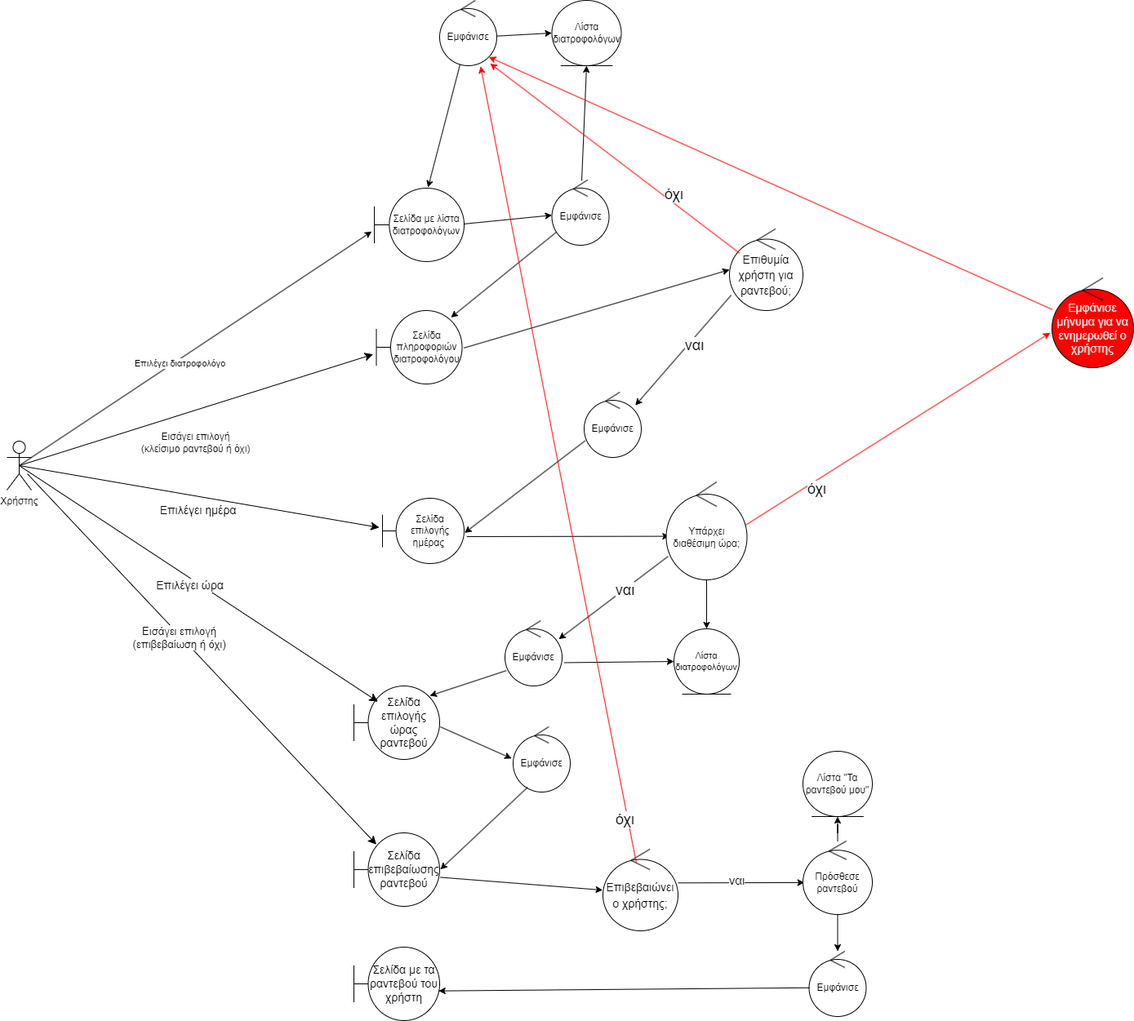
The draw.io diagram ΠΕΜΠΤΟ ΠΑΡΑΔΟΤΕΟ/ΔΙΟΡΘΩΣΕΙΣ ΠΡΟΗΓΟΥΜΕΝΩΝ ΠΑΡΑΔΟΤΕΩΝ/Robustness-diagrams-v0.3/rd_ραντεβού_με_διατροφολόγο-v0.3.drawio.png in Dionkaps/Eu-Zin, before a commit. Source tidied: cells renumbered, new cells last; positions are measured from the earlier drawing's top-left corner, leaving out a move shared by most shapes.
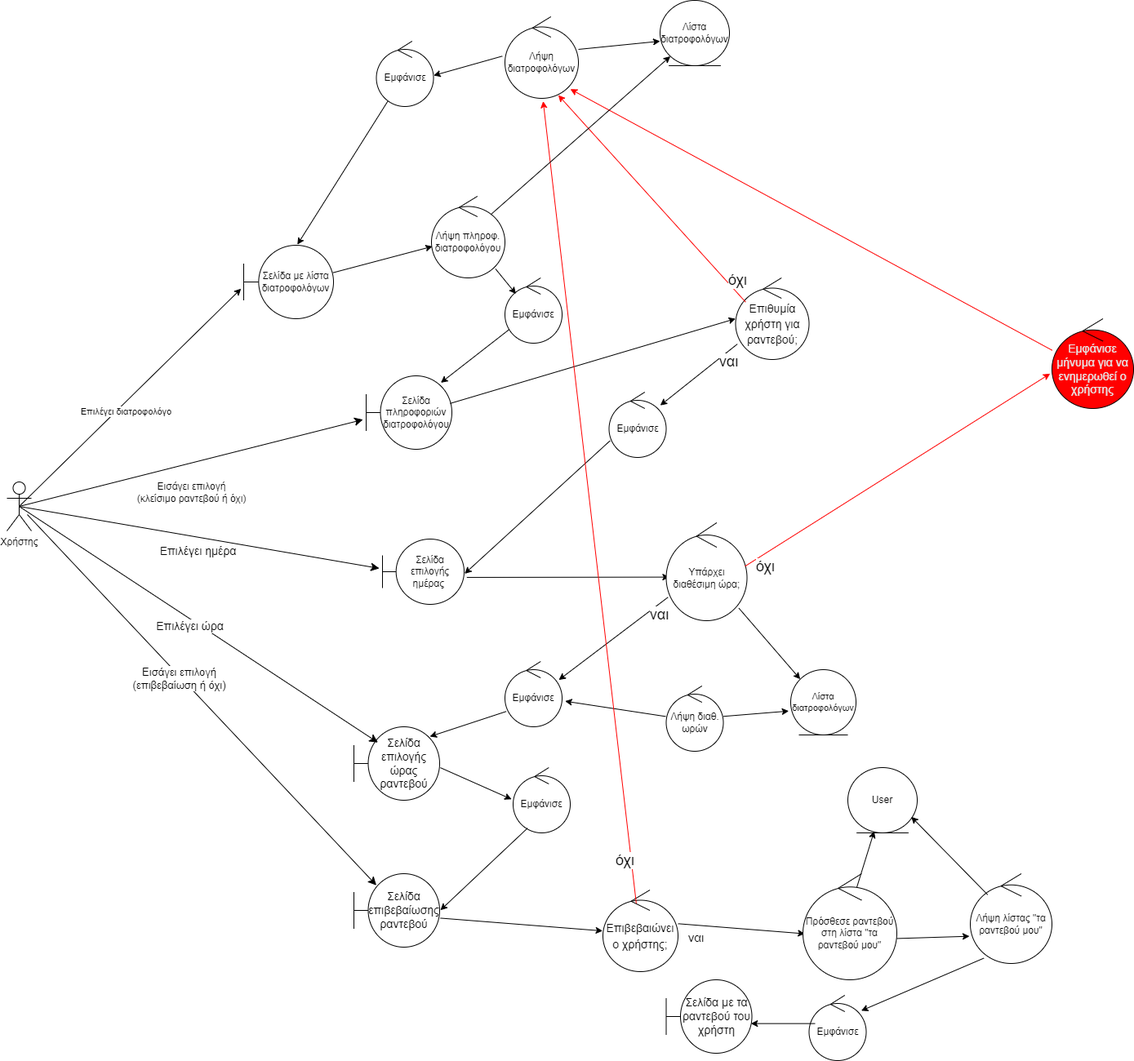
The same file after the commit.

Diff of the diagram source:
```diff
@@ -17,32 +17,29 @@
       <mxGeometry relative="1" as="geometry" />
     </mxCell>
     <mxCell id="6" value="&lt;font&gt;Εμφάνισε&lt;/font&gt;" style="ellipse;shape=umlControl;whiteSpace=wrap;html=1;strokeColor=#000000;fontColor=#000000;" parent="1" vertex="1">
-      <mxGeometry x="530" width="70" height="80" as="geometry" />
+      <mxGeometry x="452.5" width="70" height="80" as="geometry" />
     </mxCell>
     <mxCell id="7" value="Σελίδα με λίστα διατροφολόγων&lt;br&gt;" style="shape=umlBoundary;whiteSpace=wrap;html=1;strokeColor=#000000;fontColor=#000000;" parent="1" vertex="1">
-      <mxGeometry x="450" y="230" width="110" height="90" as="geometry" />
+      <mxGeometry x="290" y="250" width="110" height="90" as="geometry" />
     </mxCell>
-    <mxCell id="8" style="rounded=0;jettySize=auto;html=1;exitX=0.999;exitY=0.488;exitDx=0;exitDy=0;exitPerimeter=0;strokeColor=#000000;fontColor=#000000;" parent="1" edge="1" source="7" target="11">
+    <mxCell id="8" style="rounded=0;jettySize=auto;html=1;exitX=0.994;exitY=0.374;exitDx=0;exitDy=0;exitPerimeter=0;strokeColor=#000000;fontColor=#000000;" parent="1" edge="1" source="7" target="65">
       <mxGeometry relative="1" as="geometry" />
     </mxCell>
     <mxCell id="9" value="&lt;font&gt;Σελίδα πληροφοριών διατροφολόγου&lt;/font&gt;" style="shape=umlBoundary;whiteSpace=wrap;html=1;strokeColor=#000000;fontColor=#000000;" parent="1" vertex="1">
-      <mxGeometry x="452.5" y="380" width="105" height="90" as="geometry" />
+      <mxGeometry x="440" y="410" width="105" height="90" as="geometry" />
     </mxCell>
     <mxCell id="10" style="rounded=0;jettySize=auto;html=1;strokeColor=#000000;fontColor=#000000;entryX=0.871;entryY=0.094;entryDx=0;entryDy=0;entryPerimeter=0;" parent="1" edge="1" source="11" target="9">
       <mxGeometry relative="1" as="geometry" />
     </mxCell>
     <mxCell id="11" value="&lt;font&gt;Εμφάνισε&lt;/font&gt;" style="ellipse;shape=umlControl;whiteSpace=wrap;html=1;strokeColor=#000000;fontColor=#000000;" parent="1" vertex="1">
-      <mxGeometry x="667.5" y="220" width="70" height="80" as="geometry" />
+      <mxGeometry x="610" y="290" width="70" height="80" as="geometry" />
     </mxCell>
     <mxCell id="12" value="&lt;font&gt;Λίστα διατροφολόγων&lt;/font&gt;" style="ellipse;shape=umlEntity;whiteSpace=wrap;html=1;strokeColor=#000000;fontColor=#000000;" parent="1" vertex="1">
-      <mxGeometry x="667.5" width="85" height="80" as="geometry" />
+      <mxGeometry x="800" y="-50" width="85" height="80" as="geometry" />
     </mxCell>
-    <mxCell id="13" style="endArrow=classic;html=1;rounded=0;exitX=0.999;exitY=0.546;exitDx=0;exitDy=0;exitPerimeter=0;entryX=0;entryY=0.5;entryDx=0;entryDy=0;" parent="1" edge="1" source="6" target="12">
+    <mxCell id="13" style="endArrow=classic;html=1;rounded=0;exitX=-0.036;exitY=0.483;exitDx=0;exitDy=0;exitPerimeter=0;entryX=1.002;entryY=0.525;entryDx=0;entryDy=0;entryPerimeter=0;" parent="1" edge="1" source="63" target="6">
       <mxGeometry relative="1" as="geometry" />
     </mxCell>
-    <mxCell id="14" style="endArrow=classic;html=1;rounded=0;entryX=0.5;entryY=1;entryDx=0;entryDy=0;exitX=0.522;exitY=0.011;exitDx=0;exitDy=0;exitPerimeter=0;" parent="1" edge="1" source="11" target="12">
-      <mxGeometry relative="1" as="geometry" />
-    </mxCell>
     <mxCell id="15" style="edgeStyle=none;curved=1;rounded=0;jettySize=auto;html=1;fontSize=12;startSize=8;endSize=8;strokeColor=#000000;fontColor=#000000;entryX=-0.037;entryY=0.596;entryDx=0;entryDy=0;entryPerimeter=0;exitX=0.5;exitY=0.5;exitDx=0;exitDy=0;exitPerimeter=0;" parent="1" edge="1" source="4" target="9">
       <mxGeometry relative="1" as="geometry" />
     </mxCell>
@@ -52,16 +49,16 @@
       </mxGeometry>
     </mxCell>
     <mxCell id="17" value="&lt;span style=&quot;font-size: 14px;&quot;&gt;Επιθυμία χρήστη για ραντεβού;&lt;/span&gt;" style="ellipse;shape=umlControl;whiteSpace=wrap;html=1;fontSize=16;strokeColor=#000000;fontColor=#000000;" parent="1" vertex="1">
-      <mxGeometry x="885" y="280" width="90" height="100" as="geometry" />
+      <mxGeometry x="892.5" y="290" width="90" height="100" as="geometry" />
     </mxCell>
-    <mxCell id="18" style="endArrow=classic;html=1;rounded=0;exitX=1.021;exitY=0.51;exitDx=0;exitDy=0;exitPerimeter=0;entryX=0;entryY=0.5;entryDx=0;entryDy=0;entryPerimeter=0;" parent="1" edge="1" source="9" target="17">
+    <mxCell id="18" style="endArrow=classic;html=1;rounded=0;exitX=0.98;exitY=0.376;exitDx=0;exitDy=0;exitPerimeter=0;entryX=0;entryY=0.5;entryDx=0;entryDy=0;entryPerimeter=0;" parent="1" edge="1" source="9" target="17">
       <mxGeometry relative="1" as="geometry" />
     </mxCell>
     <mxCell id="19" style="endArrow=classic;html=1;rounded=0;exitX=0.024;exitY=0.811;exitDx=0;exitDy=0;exitPerimeter=0;entryX=0.896;entryY=0.203;entryDx=0;entryDy=0;entryPerimeter=0;" parent="1" edge="1" source="17" target="22">
       <mxGeometry relative="1" as="geometry" />
     </mxCell>
     <mxCell id="20" value="&lt;font style=&quot;font-size: 18px;&quot;&gt;ναι&lt;br style=&quot;font-size: 18px;&quot;&gt;&lt;br style=&quot;font-size: 18px;&quot;&gt;&lt;/font&gt;" style="edgeLabel;html=1;align=center;verticalAlign=middle;fontSize=18;rotation=0;fontColor=#000000;" parent="1" vertex="1">
-      <mxGeometry x="850" y="420" as="geometry">
+      <mxGeometry x="892.5" y="390" as="geometry">
         <mxPoint x="-9" y="14" as="offset" />
       </mxGeometry>
     </mxCell>
@@ -69,7 +66,7 @@
       <mxGeometry x="460" y="610" width="100" height="80" as="geometry" />
     </mxCell>
     <mxCell id="22" value="&lt;font&gt;Εμφάνισε&lt;/font&gt;" style="ellipse;shape=umlControl;whiteSpace=wrap;html=1;strokeColor=#000000;fontColor=#000000;" parent="1" vertex="1">
-      <mxGeometry x="707" y="480" width="70" height="80" as="geometry" />
+      <mxGeometry x="737.5" y="430" width="70" height="80" as="geometry" />
     </mxCell>
     <mxCell id="23" style="endArrow=classic;html=1;rounded=0;exitX=0.019;exitY=0.743;exitDx=0;exitDy=0;exitPerimeter=0;entryX=1.006;entryY=0.531;entryDx=0;entryDy=0;entryPerimeter=0;" parent="1" edge="1" source="22" target="21">
       <mxGeometry relative="1" as="geometry" />
@@ -77,9 +74,6 @@
     <mxCell id="24" style="endArrow=classic;html=1;rounded=0;exitX=1.033;exitY=0.587;exitDx=0;exitDy=0;exitPerimeter=0;entryX=0.039;entryY=0.555;entryDx=0;entryDy=0;entryPerimeter=0;" parent="1" edge="1" source="21" target="26">
       <mxGeometry relative="1" as="geometry" />
     </mxCell>
-    <mxCell id="25" style="edgeStyle=orthogonalEdgeStyle;rounded=0;jettySize=auto;html=1;" parent="1" edge="1" source="26" target="31">
-      <mxGeometry relative="1" as="geometry" />
-    </mxCell>
     <mxCell id="26" value="Υπάρχει διαθέσιμη ώρα;" style="ellipse;shape=umlControl;whiteSpace=wrap;html=1;strokeColor=#000000;fontColor=#000000;fontSize=12;" parent="1" vertex="1">
       <mxGeometry x="807.5" y="590" width="99" height="120" as="geometry" />
     </mxCell>
@@ -96,9 +90,9 @@
       <mxGeometry relative="1" as="geometry" />
     </mxCell>
     <mxCell id="31" value="&lt;font style=&quot;font-size: 11px;&quot;&gt;Λίστα διατροφολόγων&lt;/font&gt;" style="ellipse;shape=umlEntity;whiteSpace=wrap;html=1;strokeColor=#000000;fontColor=#000000;fontSize=11;" parent="1" vertex="1">
-      <mxGeometry x="817" y="770" width="80" height="80" as="geometry" />
+      <mxGeometry x="960" y="770" width="80" height="80" as="geometry" />
     </mxCell>
-    <mxCell id="32" style="endArrow=classic;html=1;rounded=0;exitX=1.04;exitY=0.643;exitDx=0;exitDy=0;exitPerimeter=0;entryX=0;entryY=0.5;entryDx=0;entryDy=0;" parent="1" edge="1" source="29" target="31">
+    <mxCell id="32" style="endArrow=classic;html=1;rounded=0;exitX=-0.009;exitY=0.467;exitDx=0;exitDy=0;exitPerimeter=0;entryX=1.052;entryY=0.608;entryDx=0;entryDy=0;entryPerimeter=0;" parent="1" edge="1" source="68" target="29">
       <mxGeometry relative="1" as="geometry" />
     </mxCell>
     <mxCell id="33" style="edgeStyle=none;curved=1;rounded=0;jettySize=auto;html=1;fontSize=12;startSize=8;endSize=8;strokeColor=#000000;fontColor=#000000;exitX=0.5;exitY=0.5;exitDx=0;exitDy=0;exitPerimeter=0;entryX=0.28;entryY=0.214;entryDx=0;entryDy=0;entryPerimeter=0;" parent="1" edge="1" source="4" target="28">
@@ -149,36 +143,30 @@
       <mxGeometry relative="1" as="geometry" />
     </mxCell>
     <mxCell id="46" value="&lt;font style=&quot;font-size: 15px;&quot;&gt;ναι&lt;br style=&quot;&quot;&gt;&lt;br style=&quot;&quot;&gt;&lt;/font&gt;" style="edgeLabel;html=1;align=center;verticalAlign=middle;fontSize=14;rotation=0;fontColor=#000000;" parent="1" vertex="1">
-      <mxGeometry x="750" y="740" as="geometry">
+      <mxGeometry x="700" y="760" as="geometry">
         <mxPoint x="143" y="347" as="offset" />
       </mxGeometry>
     </mxCell>
-    <mxCell id="47" style="edgeStyle=orthogonalEdgeStyle;rounded=0;jettySize=auto;html=1;" parent="1" edge="1" source="49" target="51">
-      <mxGeometry relative="1" as="geometry" />
-    </mxCell>
-    <mxCell id="48" style="edgeStyle=orthogonalEdgeStyle;rounded=0;jettySize=auto;html=1;" parent="1" edge="1" source="49" target="50">
-      <mxGeometry relative="1" as="geometry" />
-    </mxCell>
-    <mxCell id="49" value="&lt;font&gt;Πρόσθεσε ραντεβού&lt;/font&gt;" style="ellipse;shape=umlControl;whiteSpace=wrap;html=1;strokeColor=#000000;fontColor=#000000;" parent="1" vertex="1">
-      <mxGeometry x="975" y="1030" width="85" height="90" as="geometry" />
+    <mxCell id="49" value="&lt;font&gt;Πρόσθεσε ραντεβού στη λίστα &quot;τα ραντεβού μου&quot;&lt;/font&gt;" style="ellipse;shape=umlControl;whiteSpace=wrap;html=1;strokeColor=#000000;fontColor=#000000;" parent="1" vertex="1">
+      <mxGeometry x="975" y="1020" width="115" height="130" as="geometry" />
     </mxCell>
-    <mxCell id="50" value="&lt;font&gt;Λίστα &quot;Τα ραντεβού μου&quot;&lt;/font&gt;" style="ellipse;shape=umlEntity;whiteSpace=wrap;html=1;strokeColor=#000000;fontColor=#000000;" parent="1" vertex="1">
-      <mxGeometry x="975" y="920" width="85" height="80" as="geometry" />
+    <mxCell id="50" value="&lt;font&gt;User&lt;/font&gt;" style="ellipse;shape=umlEntity;whiteSpace=wrap;html=1;strokeColor=#000000;fontColor=#000000;" parent="1" vertex="1">
+      <mxGeometry x="1030" y="890" width="85" height="80" as="geometry" />
     </mxCell>
     <mxCell id="51" value="&lt;font&gt;Εμφάνισε&lt;/font&gt;" style="ellipse;shape=umlControl;whiteSpace=wrap;html=1;strokeColor=#000000;fontColor=#000000;" parent="1" vertex="1">
-      <mxGeometry x="982.5" y="1165" width="70" height="80" as="geometry" />
+      <mxGeometry x="982.5" y="1169" width="70" height="80" as="geometry" />
     </mxCell>
-    <mxCell id="52" style="endArrow=classic;html=1;rounded=0;exitX=0.006;exitY=0.56;exitDx=0;exitDy=0;exitPerimeter=0;entryX=0.988;entryY=0.596;entryDx=0;entryDy=0;entryPerimeter=0;" parent="1" edge="1" source="51" target="53">
+    <mxCell id="52" style="endArrow=classic;html=1;rounded=0;exitX=0.107;exitY=0.433;exitDx=0;exitDy=0;exitPerimeter=0;entryX=0.988;entryY=0.596;entryDx=0;entryDy=0;entryPerimeter=0;" parent="1" edge="1" source="51" target="53">
       <mxGeometry relative="1" as="geometry" />
     </mxCell>
     <mxCell id="53" value="&lt;font style=&quot;font-size: 14px;&quot;&gt;Σελίδα με τα ραντεβού του χρήστη&lt;/font&gt;" style="shape=umlBoundary;whiteSpace=wrap;html=1;strokeColor=#000000;fontColor=#000000;" parent="1" vertex="1">
-      <mxGeometry x="425" y="1160" width="105" height="90" as="geometry" />
+      <mxGeometry x="807.5" y="1150" width="105" height="90" as="geometry" />
     </mxCell>
-    <mxCell id="54" style="endArrow=classic;html=1;rounded=0;exitX=0.137;exitY=0.297;exitDx=0;exitDy=0;exitPerimeter=0;fontColor=#FF0000;strokeColor=#FF0000;entryX=0.884;entryY=0.967;entryDx=0;entryDy=0;entryPerimeter=0;" parent="1" edge="1" source="17" target="6">
+    <mxCell id="54" style="endArrow=classic;html=1;rounded=0;exitX=0.137;exitY=0.297;exitDx=0;exitDy=0;exitPerimeter=0;fontColor=#FF0000;strokeColor=#FF0000;entryX=0.726;entryY=0.961;entryDx=0;entryDy=0;entryPerimeter=0;" parent="1" edge="1" source="17" target="63">
       <mxGeometry relative="1" as="geometry" />
     </mxCell>
     <mxCell id="55" value="&lt;font style=&quot;font-size: 18px;&quot;&gt;όχι&lt;br style=&quot;font-size: 18px;&quot;&gt;&lt;/font&gt;" style="edgeLabel;html=1;align=center;verticalAlign=middle;fontSize=18;rotation=0;fontColor=#000000;" parent="1" vertex="1">
-      <mxGeometry x="807.5" y="240" as="geometry">
+      <mxGeometry x="885" y="295" as="geometry">
         <mxPoint x="9" y="-2" as="offset" />
       </mxGeometry>
     </mxCell>
@@ -186,22 +174,22 @@
       <mxGeometry relative="1" as="geometry" />
     </mxCell>
     <mxCell id="57" value="&lt;font style=&quot;font-size: 18px;&quot;&gt;ναι&lt;br style=&quot;font-size: 18px;&quot;&gt;&lt;br style=&quot;font-size: 18px;&quot;&gt;&lt;/font&gt;" style="edgeLabel;html=1;align=center;verticalAlign=middle;fontSize=18;rotation=0;fontColor=#000000;" parent="1" vertex="1">
-      <mxGeometry x="765" y="720" as="geometry">
+      <mxGeometry x="807.5" y="700" as="geometry">
         <mxPoint x="-9" y="14" as="offset" />
       </mxGeometry>
     </mxCell>
     <mxCell id="58" value="&lt;font style=&quot;font-size: 18px;&quot;&gt;όχι&lt;br style=&quot;font-size: 18px;&quot;&gt;&lt;/font&gt;" style="edgeLabel;html=1;align=center;verticalAlign=middle;fontSize=18;rotation=0;fontColor=#000000;" parent="1" vertex="1">
-      <mxGeometry x="1000" y="585" as="geometry">
+      <mxGeometry x="937.5" y="630" as="geometry">
         <mxPoint x="-9" y="14" as="offset" />
       </mxGeometry>
     </mxCell>
     <mxCell id="59" value="&lt;font style=&quot;font-size: 14px;&quot;&gt;Εμφάνισε&lt;br&gt;μήνυμα για να ενημερωθεί ο χρήστης&lt;br&gt;&lt;/font&gt;" style="ellipse;shape=umlControl;whiteSpace=wrap;html=1;strokeColor=#000000;fontColor=#E6E6E6;fillColor=#FF0000;" parent="1" vertex="1">
       <mxGeometry x="1280" y="340" width="100" height="110" as="geometry" />
     </mxCell>
-    <mxCell id="60" style="endArrow=classic;html=1;rounded=0;fontColor=#FF0000;strokeColor=#FF0000;entryX=0.862;entryY=0.867;entryDx=0;entryDy=0;entryPerimeter=0;exitX=0.003;exitY=0.352;exitDx=0;exitDy=0;exitPerimeter=0;" parent="1" edge="1" source="59" target="6">
+    <mxCell id="60" style="endArrow=classic;html=1;rounded=0;fontColor=#FF0000;strokeColor=#FF0000;entryX=0.89;entryY=0.887;entryDx=0;entryDy=0;entryPerimeter=0;exitX=0.003;exitY=0.352;exitDx=0;exitDy=0;exitPerimeter=0;" parent="1" edge="1" source="59" target="63">
       <mxGeometry relative="1" as="geometry" />
     </mxCell>
-    <mxCell id="61" style="endArrow=classic;html=1;rounded=0;exitX=0.444;exitY=0.163;exitDx=0;exitDy=0;exitPerimeter=0;fontColor=#FF0000;strokeColor=#FF0000;entryX=0.717;entryY=1.011;entryDx=0;entryDy=0;entryPerimeter=0;" parent="1" edge="1" source="44" target="6">
+    <mxCell id="61" style="endArrow=classic;html=1;rounded=0;exitX=0.444;exitY=0.163;exitDx=0;exitDy=0;exitPerimeter=0;fontColor=#FF0000;strokeColor=#FF0000;entryX=0.52;entryY=1.035;entryDx=0;entryDy=0;entryPerimeter=0;" parent="1" edge="1" source="44" target="63">
       <mxGeometry relative="1" as="geometry" />
     </mxCell>
     <mxCell id="62" value="&lt;font style=&quot;font-size: 18px;&quot;&gt;όχι&lt;br style=&quot;font-size: 18px;&quot;&gt;&lt;/font&gt;" style="edgeLabel;html=1;align=center;verticalAlign=middle;fontSize=18;rotation=0;fontColor=#000000;" parent="1" vertex="1">
@@ -209,5 +197,44 @@
         <mxPoint x="-9" y="14" as="offset" />
       </mxGeometry>
     </mxCell>
+    <mxCell id="63" value="&lt;font&gt;Λήψη διατροφολόγων&lt;/font&gt;" style="ellipse;shape=umlControl;whiteSpace=wrap;html=1;strokeColor=#000000;fontColor=#000000;" parent="1" vertex="1">
+      <mxGeometry x="610" y="-30" width="90" height="100" as="geometry" />
+    </mxCell>
+    <mxCell id="64" style="endArrow=classic;html=1;rounded=0;exitX=1;exitY=0.4;exitDx=0;exitDy=0;exitPerimeter=0;entryX=0;entryY=0.625;entryDx=0;entryDy=0;entryPerimeter=0;" parent="1" edge="1" source="63" target="12">
+      <mxGeometry relative="1" as="geometry" />
+    </mxCell>
+    <mxCell id="65" value="&lt;font&gt;Λήψη πληροφ. διατροφολόγου&lt;/font&gt;" style="ellipse;shape=umlControl;whiteSpace=wrap;html=1;strokeColor=#000000;fontColor=#000000;" parent="1" vertex="1">
+      <mxGeometry x="520" y="190" width="90" height="100" as="geometry" />
+    </mxCell>
+    <mxCell id="66" style="rounded=0;jettySize=auto;html=1;exitX=0.82;exitY=0.214;exitDx=0;exitDy=0;exitPerimeter=0;strokeColor=#000000;fontColor=#000000;entryX=0;entryY=1;entryDx=0;entryDy=0;" parent="1" edge="1" source="65" target="12">
+      <mxGeometry relative="1" as="geometry" />
+    </mxCell>
+    <mxCell id="67" style="rounded=0;jettySize=auto;html=1;exitX=0.872;exitY=0.89;exitDx=0;exitDy=0;exitPerimeter=0;strokeColor=#000000;fontColor=#000000;entryX=0.192;entryY=0.245;entryDx=0;entryDy=0;entryPerimeter=0;" parent="1" edge="1" source="65" target="11">
+      <mxGeometry relative="1" as="geometry" />
+    </mxCell>
+    <mxCell id="68" value="&lt;font&gt;Λήψη διαθ.&lt;br&gt;ωρών&lt;br&gt;&lt;/font&gt;" style="ellipse;shape=umlControl;whiteSpace=wrap;html=1;strokeColor=#000000;fontColor=#000000;" parent="1" vertex="1">
+      <mxGeometry x="807.5" y="790" width="70" height="80" as="geometry" />
+    </mxCell>
+    <mxCell id="25" style="endArrow=classic;html=1;rounded=0;exitX=0.9;exitY=0.873;exitDx=0;exitDy=0;exitPerimeter=0;entryX=0;entryY=0;entryDx=0;entryDy=0;" parent="1" edge="1" source="26" target="31">
+      <mxGeometry relative="1" as="geometry" />
+    </mxCell>
+    <mxCell id="69" style="endArrow=classic;html=1;rounded=0;entryX=-0.029;entryY=0.634;entryDx=0;entryDy=0;entryPerimeter=0;" parent="1" edge="1" source="68" target="31">
+      <mxGeometry relative="1" as="geometry" />
+    </mxCell>
+    <mxCell id="48" style="endArrow=classic;html=1;rounded=0;exitX=0.574;exitY=0.128;exitDx=0;exitDy=0;exitPerimeter=0;entryX=0.38;entryY=0.974;entryDx=0;entryDy=0;entryPerimeter=0;" parent="1" edge="1" source="49" target="50">
+      <mxGeometry relative="1" as="geometry" />
+    </mxCell>
+    <mxCell id="70" style="endArrow=classic;html=1;rounded=0;exitX=1.001;exitY=0.611;exitDx=0;exitDy=0;exitPerimeter=0;entryX=-0.01;entryY=0.697;entryDx=0;entryDy=0;entryPerimeter=0;" parent="1" edge="1" source="49" target="71">
+      <mxGeometry relative="1" as="geometry" />
+    </mxCell>
+    <mxCell id="71" value="Λήψη λίστας &quot;τα ραντεβού μου&quot;" style="ellipse;shape=umlControl;whiteSpace=wrap;html=1;strokeColor=#000000;fontColor=#000000;" parent="1" vertex="1">
+      <mxGeometry x="1180" y="1020" width="100" height="110" as="geometry" />
+    </mxCell>
+    <mxCell id="72" style="endArrow=classic;html=1;rounded=0;exitX=0.212;exitY=0.234;exitDx=0;exitDy=0;exitPerimeter=0;entryX=0.914;entryY=0.754;entryDx=0;entryDy=0;entryPerimeter=0;" parent="1" edge="1" source="71" target="50">
+      <mxGeometry relative="1" as="geometry" />
+    </mxCell>
+    <mxCell id="73" style="endArrow=classic;html=1;rounded=0;exitX=0.166;exitY=0.941;exitDx=0;exitDy=0;exitPerimeter=0;entryX=0.913;entryY=0.236;entryDx=0;entryDy=0;entryPerimeter=0;" parent="1" edge="1" source="71" target="51">
+      <mxGeometry relative="1" as="geometry" />
+    </mxCell>
   </root>
 </mxGraphModel>
```
